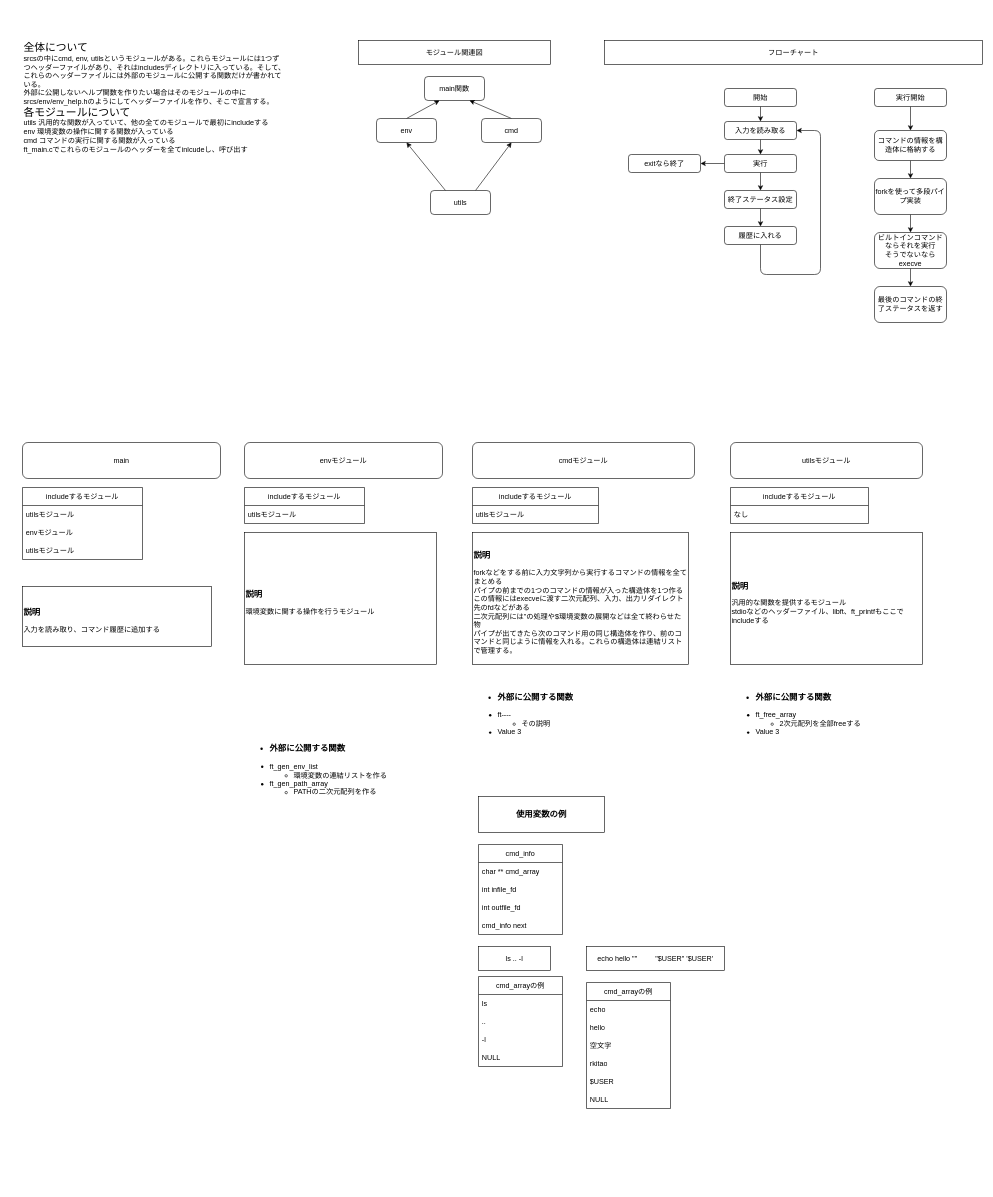
Earlier version of the draw.io diagram design.drawio (rk0730/minishell). Source tidied: cells renumbered, new cells numbered last; positions are measured from the earlier drawing's top-left corner, leaving out a move shared by most shapes. Both pictures are drawn from the tidied source at 60%, with x=0, y=0 at pixel (22, 10).
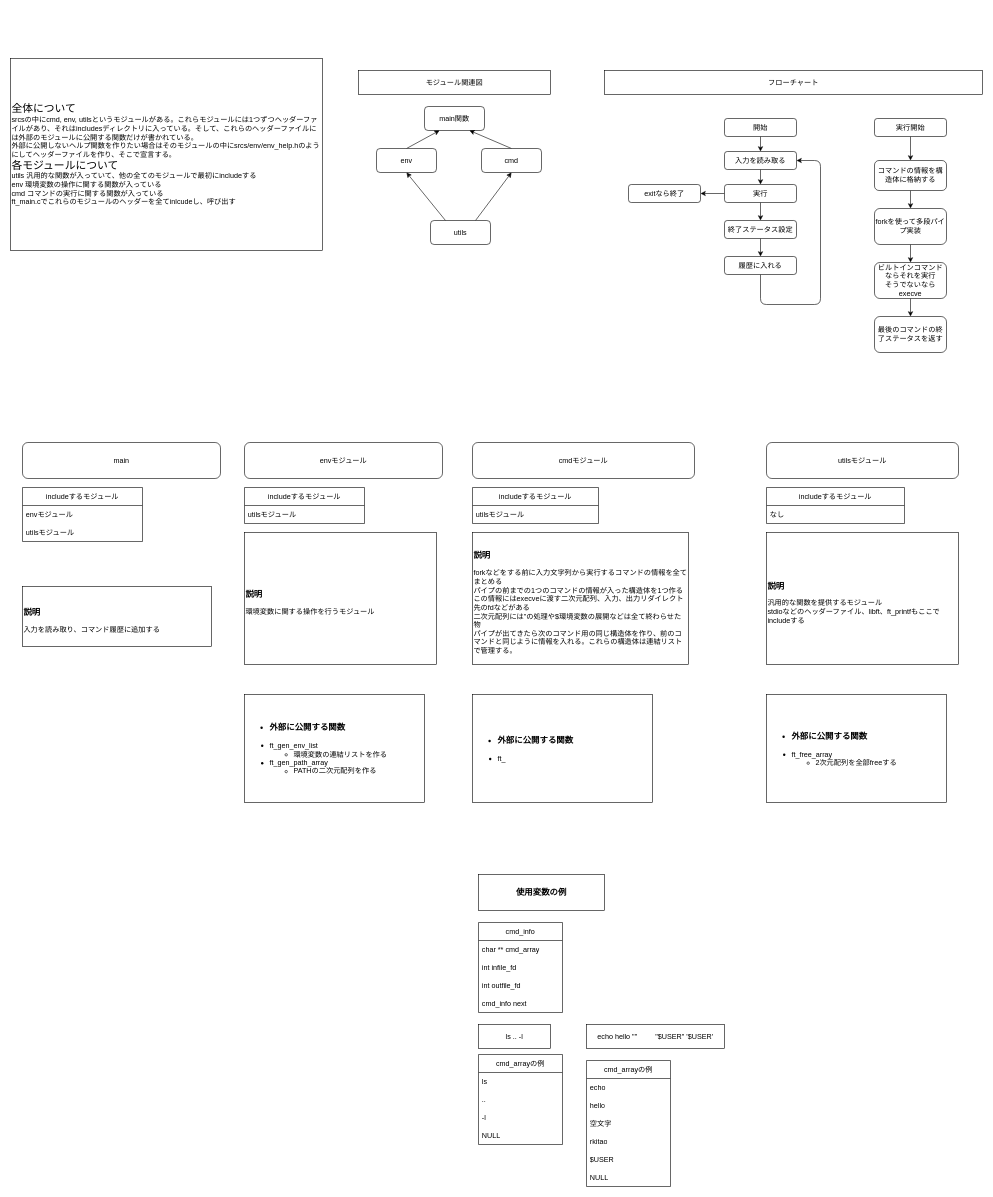
The same diagram, later.

Commit message:
設計微修正

Diff of the diagram source:
```diff
@@
-    <mxCell id="2" value="&lt;font style=&quot;font-size: 18px;&quot;&gt;全体について&lt;/font&gt;&lt;br&gt;srcsの中にcmd, env, utilsというモジュールがある。これらモジュールには1つずつヘッダーファイルがあり、それはincludesディレクトリに入っている。そして、これらのヘッダーファイルには外部のモジュールに公開する関数だけが書かれている。&lt;br&gt;外部に公開しないヘルプ関数を作りたい場合はそのモジュールの中にsrcs/env/env_help.hのようにしてヘッダーファイルを作り、そこで宣言する。&lt;br&gt;&lt;font style=&quot;font-size: 18px;&quot;&gt;各モジュールについて&lt;br&gt;&lt;/font&gt;utils 汎用的な関数が入っていて、他の全てのモジュールで最初にincludeする&lt;br&gt;env 環境変数の操作に関する関数が入っている&lt;br&gt;cmd コマンドの実行に関する関数が入っている&lt;br&gt;ft_main.cでこれらのモジュールのヘッダーを全てinlcudeし、呼び出す&lt;br&gt;" style="text;html=1;strokeColor=none;fillColor=none;align=left;verticalAlign=middle;whiteSpace=wrap;rounded=0;" parent="1" vertex="1">
-      <mxGeometry width="440" height="290" as="geometry" />
-    </mxCell>
@@
     <mxCell id="5" value="utilsモジュール" style="rounded=1;whiteSpace=wrap;html=1;" parent="1" vertex="1">
-      <mxGeometry x="1180" y="720" width="320" height="60" as="geometry" />
+      <mxGeometry x="1240" y="720" width="320" height="60" as="geometry" />
     </mxCell>
@@
     <mxCell id="7" value="cmd_info" style="swimlane;fontStyle=0;horizontal=1;startSize=30;whiteSpace=wrap;html=1;" parent="1" vertex="1">
-      <mxGeometry x="760" y="1390" width="140" height="150" as="geometry" />
+      <mxGeometry x="760" y="1520" width="140" height="150" as="geometry" />
     </mxCell>
@@
     <mxCell id="12" value="cmd_arrayの例" style="swimlane;fontStyle=0;horizontal=1;startSize=30;whiteSpace=wrap;html=1;" parent="1" vertex="1">
-      <mxGeometry x="760" y="1610" width="140" height="150" as="geometry" />
+      <mxGeometry x="760" y="1740" width="140" height="150" as="geometry" />
     </mxCell>
@@
     <mxCell id="17" value="cmd_arrayの例" style="swimlane;fontStyle=0;horizontal=1;startSize=30;whiteSpace=wrap;html=1;" parent="1" vertex="1">
-      <mxGeometry x="940" y="1620" width="140" height="210" as="geometry" />
+      <mxGeometry x="940" y="1750" width="140" height="210" as="geometry" />
     </mxCell>
@@
     <mxCell id="24" value="ls .. -l" style="rounded=0;whiteSpace=wrap;html=1;" parent="1" vertex="1">
-      <mxGeometry x="760" y="1560" width="120" height="40" as="geometry" />
+      <mxGeometry x="760" y="1690" width="120" height="40" as="geometry" />
     </mxCell>
     <mxCell id="25" value="echo hello &quot;&quot;&amp;nbsp; &amp;nbsp; &amp;nbsp; &amp;nbsp; &amp;nbsp;&quot;$USER&quot; '$USER'" style="rounded=0;whiteSpace=wrap;html=1;" parent="1" vertex="1">
-      <mxGeometry x="940" y="1560" width="230" height="40" as="geometry" />
+      <mxGeometry x="940" y="1690" width="230" height="40" as="geometry" />
     </mxCell>
-    <mxCell id="26" value="&lt;h3&gt;&lt;ul&gt;&lt;li&gt;外部に公開する関数&lt;/li&gt;&lt;/ul&gt;&lt;/h3&gt;&lt;ul&gt;&lt;li&gt;ft_gen_env_list&lt;/li&gt;&lt;ul&gt;&lt;li&gt;環境変数の連結リストを作る&lt;/li&gt;&lt;/ul&gt;&lt;li&gt;ft_gen_path_array&lt;/li&gt;&lt;ul&gt;&lt;li&gt;PATHの二次元配列を作る&lt;/li&gt;&lt;/ul&gt;&lt;/ul&gt;" style="text;strokeColor=none;fillColor=none;html=1;whiteSpace=wrap;verticalAlign=middle;overflow=hidden;align=left;" parent="1" vertex="1">
-      <mxGeometry x="370" y="1120" width="320" height="290" as="geometry" />
-    </mxCell>
     <mxCell id="27" value="&lt;h3&gt;使用変数の例&lt;/h3&gt;" style="rounded=0;whiteSpace=wrap;html=1;" parent="1" vertex="1">
-      <mxGeometry x="760" y="1310" width="210" height="60" as="geometry" />
+      <mxGeometry x="760" y="1440" width="210" height="60" as="geometry" />
     </mxCell>
@@
     <mxCell id="32" value="includeするモジュール" style="swimlane;fontStyle=0;horizontal=1;startSize=30;whiteSpace=wrap;html=1;" parent="1" vertex="1">
-      <mxGeometry x="1180" y="795" width="230" height="60" as="geometry" />
+      <mxGeometry x="1240" y="795" width="230" height="60" as="geometry" />
     </mxCell>
@@
     <mxCell id="35" value="&lt;h3&gt;説明&lt;/h3&gt;&lt;div&gt;汎用的な関数を提供するモジュール&lt;/div&gt;&lt;div&gt;stdioなどのヘッダーファイル、libft、ft_printfもここでincludeする&lt;/div&gt;" style="rounded=0;whiteSpace=wrap;html=1;align=left;" parent="1" vertex="1">
-      <mxGeometry x="1180" y="870" width="320" height="220" as="geometry" />
+      <mxGeometry x="1240" y="870" width="320" height="220" as="geometry" />
     </mxCell>
-    <mxCell id="36" value="&lt;h3&gt;&lt;ul&gt;&lt;li&gt;外部に公開する関数&lt;/li&gt;&lt;/ul&gt;&lt;/h3&gt;&lt;ul&gt;&lt;li&gt;ft----&lt;/li&gt;&lt;ul&gt;&lt;li&gt;その説明&lt;/li&gt;&lt;/ul&gt;&lt;li&gt;Value 3&lt;/li&gt;&lt;/ul&gt;" style="text;strokeColor=none;fillColor=none;html=1;whiteSpace=wrap;verticalAlign=middle;overflow=hidden;" parent="1" vertex="1">
-      <mxGeometry x="750" y="1120" width="250" height="100" as="geometry" />
-    </mxCell>
-    <mxCell id="37" value="&lt;h3&gt;&lt;ul&gt;&lt;li&gt;外部に公開する関数&lt;/li&gt;&lt;/ul&gt;&lt;/h3&gt;&lt;ul&gt;&lt;li&gt;ft_free_array&lt;/li&gt;&lt;ul&gt;&lt;li&gt;2次元配列を全部freeする&lt;/li&gt;&lt;/ul&gt;&lt;li&gt;Value 3&lt;/li&gt;&lt;/ul&gt;" style="text;strokeColor=none;fillColor=none;html=1;whiteSpace=wrap;verticalAlign=middle;overflow=hidden;" parent="1" vertex="1">
-      <mxGeometry x="1180" y="1120" width="250" height="100" as="geometry" />
-    </mxCell>
@@
     <mxCell id="39" value="includeするモジュール" style="swimlane;fontStyle=0;horizontal=1;startSize=30;whiteSpace=wrap;html=1;" parent="1" vertex="1">
-      <mxGeometry y="795" width="200" height="120" as="geometry" />
+      <mxGeometry y="795" width="200" height="90" as="geometry" />
     </mxCell>
-    <mxCell id="40" value="utilsモジュール" style="text;strokeColor=none;fillColor=none;align=left;verticalAlign=middle;spacingLeft=4;spacingRight=4;overflow=hidden;whiteSpace=wrap;html=1;" parent="39" vertex="1">
-      <mxGeometry y="30" width="200" height="30" as="geometry" />
-    </mxCell>
     <mxCell id="41" value="envモジュール" style="text;strokeColor=none;fillColor=none;align=left;verticalAlign=middle;spacingLeft=4;spacingRight=4;overflow=hidden;whiteSpace=wrap;html=1;" parent="39" vertex="1">
-      <mxGeometry y="60" width="200" height="30" as="geometry" />
+      <mxGeometry y="30" width="200" height="30" as="geometry" />
     </mxCell>
     <mxCell id="42" value="utilsモジュール" style="text;strokeColor=none;fillColor=none;align=left;verticalAlign=middle;spacingLeft=4;spacingRight=4;overflow=hidden;whiteSpace=wrap;html=1;" parent="39" vertex="1">
-      <mxGeometry y="90" width="200" height="30" as="geometry" />
+      <mxGeometry y="60" width="200" height="30" as="geometry" />
     </mxCell>
@@
     <mxCell id="44" value="モジュール関連図" style="rounded=0;whiteSpace=wrap;html=1;" parent="1" vertex="1">
-      <mxGeometry x="560" y="50" width="320" height="40" as="geometry" />
+      <mxGeometry x="560" y="100" width="320" height="40" as="geometry" />
     </mxCell>
     <mxCell id="45" value="main関数" style="rounded=1;whiteSpace=wrap;html=1;" parent="1" vertex="1">
-      <mxGeometry x="670" y="110" width="100" height="40" as="geometry" />
+      <mxGeometry x="670" y="160" width="100" height="40" as="geometry" />
     </mxCell>
@@
     <mxCell id="47" value="env" style="rounded=1;whiteSpace=wrap;html=1;" parent="1" vertex="1">
-      <mxGeometry x="590" y="180" width="100" height="40" as="geometry" />
+      <mxGeometry x="590" y="230" width="100" height="40" as="geometry" />
     </mxCell>
@@
     <mxCell id="49" value="cmd" style="rounded=1;whiteSpace=wrap;html=1;" parent="1" vertex="1">
-      <mxGeometry x="765" y="180" width="100" height="40" as="geometry" />
+      <mxGeometry x="765" y="230" width="100" height="40" as="geometry" />
     </mxCell>
@@
     <mxCell id="52" value="utils" style="rounded=1;whiteSpace=wrap;html=1;" parent="1" vertex="1">
-      <mxGeometry x="680" y="300" width="100" height="40" as="geometry" />
+      <mxGeometry x="680" y="350" width="100" height="40" as="geometry" />
     </mxCell>
     <mxCell id="53" value="フローチャート" style="rounded=0;whiteSpace=wrap;html=1;" parent="1" vertex="1">
-      <mxGeometry x="970" y="50" width="630" height="40" as="geometry" />
+      <mxGeometry x="970" y="100" width="630" height="40" as="geometry" />
     </mxCell>
@@
     <mxCell id="55" value="入力を読み取る" style="rounded=1;whiteSpace=wrap;html=1;" parent="1" vertex="1">
-      <mxGeometry x="1170" y="185" width="120" height="30" as="geometry" />
+      <mxGeometry x="1170" y="235" width="120" height="30" as="geometry" />
     </mxCell>
     <mxCell id="56" style="edgeStyle=none;html=1;entryX=1;entryY=0.5;entryDx=0;entryDy=0;exitX=0.5;exitY=1;exitDx=0;exitDy=0;" parent="1" edge="1" source="74" target="55">
       <mxGeometry relative="1" as="geometry">
         <Array as="points">
-          <mxPoint x="1230" y="440" />
-          <mxPoint x="1330" y="440" />
-          <mxPoint x="1330" y="200" />
+          <mxPoint x="1230" y="490" />
+          <mxPoint x="1330" y="490" />
+          <mxPoint x="1330" y="250" />
         </Array>
       </mxGeometry>
     </mxCell>
@@
     <mxCell id="58" value="終了ステータス設定" style="rounded=1;whiteSpace=wrap;html=1;" parent="1" vertex="1">
-      <mxGeometry x="1170" y="300" width="120" height="30" as="geometry" />
+      <mxGeometry x="1170" y="350" width="120" height="30" as="geometry" />
     </mxCell>
@@
     <mxCell id="61" value="実行" style="rounded=1;whiteSpace=wrap;html=1;" parent="1" vertex="1">
-      <mxGeometry x="1170" y="240" width="120" height="30" as="geometry" />
+      <mxGeometry x="1170" y="290" width="120" height="30" as="geometry" />
     </mxCell>
@@
     <mxCell id="63" value="実行開始" style="rounded=1;whiteSpace=wrap;html=1;" parent="1" vertex="1">
-      <mxGeometry x="1420" y="130" width="120" height="30" as="geometry" />
+      <mxGeometry x="1420" y="180" width="120" height="30" as="geometry" />
     </mxCell>
@@
     <mxCell id="65" value="開始" style="rounded=1;whiteSpace=wrap;html=1;" parent="1" vertex="1">
-      <mxGeometry x="1170" y="130" width="120" height="30" as="geometry" />
+      <mxGeometry x="1170" y="180" width="120" height="30" as="geometry" />
     </mxCell>
@@
     <mxCell id="67" value="コマンドの情報を構造体に格納する" style="rounded=1;whiteSpace=wrap;html=1;" parent="1" vertex="1">
-      <mxGeometry x="1420" y="200" width="120" height="50" as="geometry" />
+      <mxGeometry x="1420" y="250" width="120" height="50" as="geometry" />
     </mxCell>
     <mxCell id="68" value="exitなら終了" style="rounded=1;whiteSpace=wrap;html=1;" parent="1" vertex="1">
-      <mxGeometry x="1010" y="240" width="120" height="30" as="geometry" />
+      <mxGeometry x="1010" y="290" width="120" height="30" as="geometry" />
     </mxCell>
@@
     <mxCell id="70" value="forkを使って多段パイプ実装" style="rounded=1;whiteSpace=wrap;html=1;" parent="1" vertex="1">
-      <mxGeometry x="1420" y="280" width="120" height="60" as="geometry" />
+      <mxGeometry x="1420" y="330" width="120" height="60" as="geometry" />
     </mxCell>
@@
     <mxCell id="72" value="ビルトインコマンドならそれを実行&lt;br&gt;そうでないならexecve" style="rounded=1;whiteSpace=wrap;html=1;" parent="1" vertex="1">
-      <mxGeometry x="1420" y="370" width="120" height="60" as="geometry" />
+      <mxGeometry x="1420" y="420" width="120" height="60" as="geometry" />
     </mxCell>
     <mxCell id="73" value="最後のコマンドの終了ステータスを返す" style="rounded=1;whiteSpace=wrap;html=1;" parent="1" vertex="1">
-      <mxGeometry x="1420" y="460" width="120" height="60" as="geometry" />
+      <mxGeometry x="1420" y="510" width="120" height="60" as="geometry" />
     </mxCell>
     <mxCell id="74" value="履歴に入れる" style="rounded=1;whiteSpace=wrap;html=1;" parent="1" vertex="1">
-      <mxGeometry x="1170" y="360" width="120" height="30" as="geometry" />
+      <mxGeometry x="1170" y="410" width="120" height="30" as="geometry" />
     </mxCell>
+    <mxCell id="26" value="&lt;h3 style=&quot;&quot;&gt;&lt;ul&gt;&lt;li&gt;外部に公開する関数&lt;/li&gt;&lt;/ul&gt;&lt;/h3&gt;&lt;ul style=&quot;&quot;&gt;&lt;li&gt;ft_gen_env_list&lt;/li&gt;&lt;ul&gt;&lt;li&gt;環境変数の連結リストを作る&lt;/li&gt;&lt;/ul&gt;&lt;li&gt;ft_gen_path_array&lt;/li&gt;&lt;ul&gt;&lt;li&gt;PATHの二次元配列を作る&lt;/li&gt;&lt;/ul&gt;&lt;/ul&gt;" style="rounded=0;whiteSpace=wrap;html=1;align=left;" parent="1" vertex="1">
+      <mxGeometry x="370" y="1140" width="300" height="180" as="geometry" />
+    </mxCell>
+    <mxCell id="75" value="&lt;h3 style=&quot;&quot;&gt;&lt;ul&gt;&lt;li&gt;外部に公開する関数&lt;/li&gt;&lt;/ul&gt;&lt;/h3&gt;&lt;ul style=&quot;&quot;&gt;&lt;li&gt;ft_&lt;/li&gt;&lt;/ul&gt;" style="rounded=0;whiteSpace=wrap;html=1;align=left;" parent="1" vertex="1">
+      <mxGeometry x="750" y="1140" width="300" height="180" as="geometry" />
+    </mxCell>
+    <mxCell id="76" value="&lt;h3 style=&quot;&quot;&gt;&lt;ul&gt;&lt;li&gt;外部に公開する関数&lt;/li&gt;&lt;/ul&gt;&lt;/h3&gt;&lt;ul style=&quot;&quot;&gt;&lt;li&gt;ft_free_array&lt;/li&gt;&lt;ul&gt;&lt;li&gt;2次元配列を全部freeする&lt;/li&gt;&lt;/ul&gt;&lt;/ul&gt;" style="rounded=0;whiteSpace=wrap;html=1;align=left;" parent="1" vertex="1">
+      <mxGeometry x="1240" y="1140" width="300" height="180" as="geometry" />
+    </mxCell>
+    <mxCell id="2" value="&lt;font style=&quot;font-size: 18px;&quot;&gt;全体について&lt;/font&gt;&lt;br style=&quot;&quot;&gt;&lt;span style=&quot;&quot;&gt;srcsの中にcmd, env, utilsというモジュールがある。これらモジュールには1つずつヘッダーファイルがあり、それはincludesディレクトリに入っている。そして、これらのヘッダーファイルには外部のモジュールに公開する関数だけが書かれている。&lt;/span&gt;&lt;br style=&quot;&quot;&gt;&lt;span style=&quot;&quot;&gt;外部に公開しないヘルプ関数を作りたい場合はそのモジュールの中にsrcs/env/env_help.hのようにしてヘッダーファイルを作り、そこで宣言する。&lt;/span&gt;&lt;br style=&quot;&quot;&gt;&lt;font style=&quot;font-size: 18px;&quot;&gt;各モジュールについて&lt;br&gt;&lt;/font&gt;&lt;span style=&quot;&quot;&gt;utils 汎用的な関数が入っていて、他の全てのモジュールで最初にincludeする&lt;/span&gt;&lt;br style=&quot;&quot;&gt;&lt;span style=&quot;&quot;&gt;env 環境変数の操作に関する関数が入っている&lt;/span&gt;&lt;br style=&quot;&quot;&gt;&lt;span style=&quot;&quot;&gt;cmd コマンドの実行に関する関数が入っている&lt;/span&gt;&lt;br style=&quot;&quot;&gt;&lt;span style=&quot;&quot;&gt;ft_main.cでこれらのモジュールのヘッダーを全てinlcudeし、呼び出す&lt;/span&gt;" style="rounded=0;whiteSpace=wrap;html=1;align=left;" parent="1" vertex="1">
+      <mxGeometry x="-20" y="80" width="520" height="320" as="geometry" />
+    </mxCell>
```
